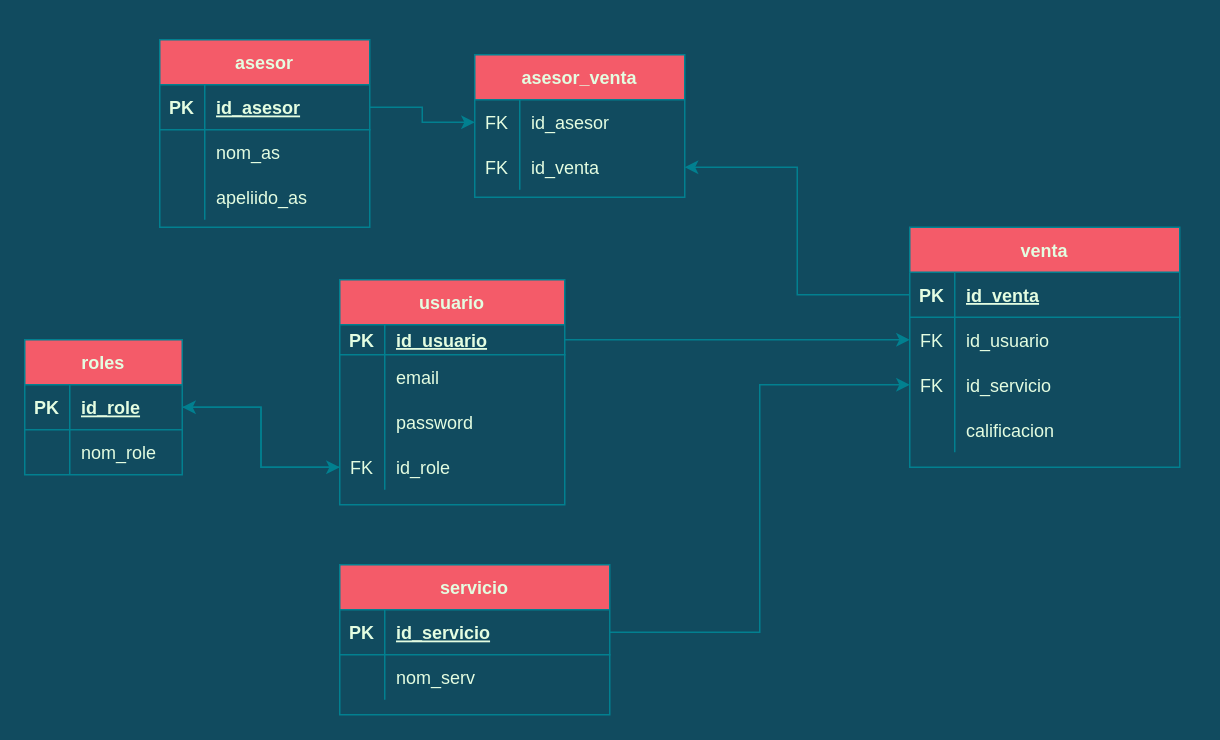
The draw.io diagram database/diseño_DB.drawio in Eric-Alarcon441/modulo-postventa, before the edit. Source tidied: cells renumbered, new cells numbered last; positions are measured from the earlier drawing's top-left corner, leaving out a move shared by most shapes. Both pictures are drawn from the tidied source at 150%, with x=0, y=0 at pixel (24, 39).
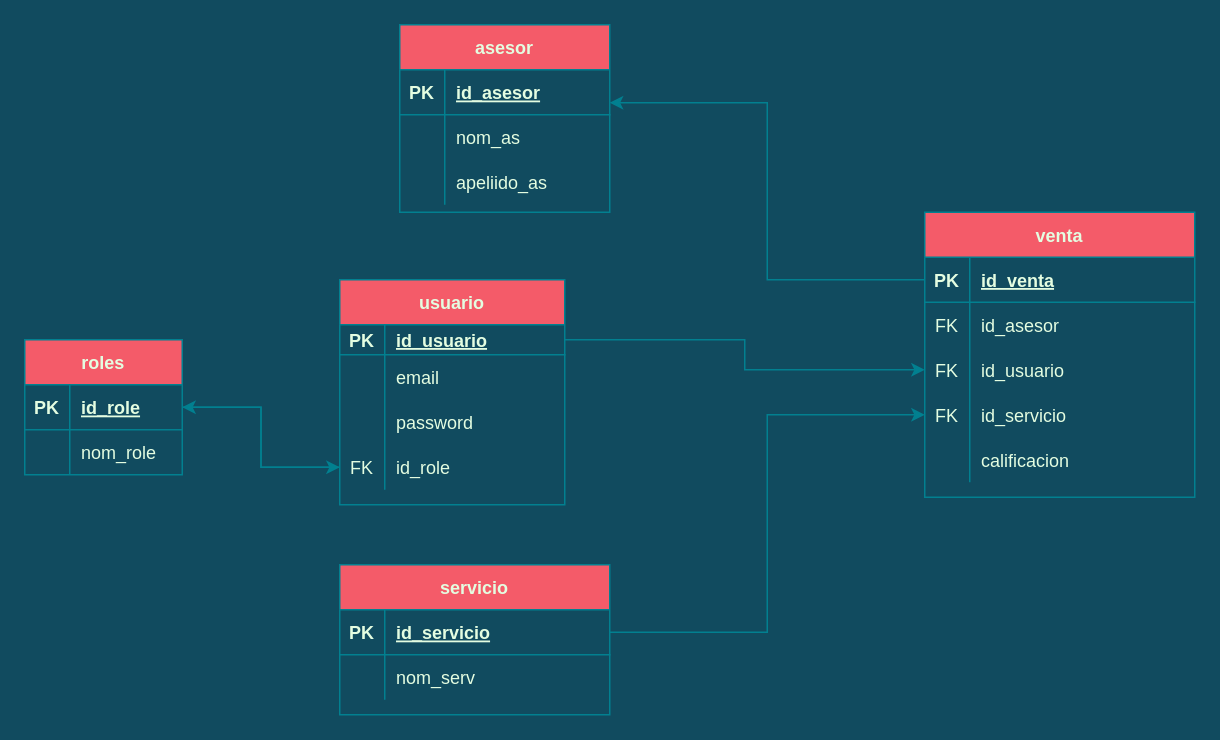
The same page after the edit.

Unchanged cells that the change refers to:
```xml
<mxCell id="16" style="shape=partialRectangle;fillColor=none;top=0;left=0;bottom=1;right=0;points=[[0,0.5],[1,0.5]];portConstraint=eastwest;strokeColor=#028090;fontColor=#E4FDE1;" parent="15" vertex="1">
  <mxGeometry y="30" width="140" height="30" as="geometry" />
</mxCell>
<mxCell id="40" style="shape=partialRectangle;fillColor=none;top=0;left=0;bottom=1;right=0;points=[[0,0.5],[1,0.5]];portConstraint=eastwest;strokeColor=#028090;fontColor=#E4FDE1;" parent="39" vertex="1">
  <mxGeometry y="30" width="180" height="30" as="geometry" />
</mxCell>
```

The edit, as a diff of the source:
```diff
@@
     <mxCell id="15" value="asesor" style="shape=table;startSize=30;childLayout=tableLayout;rowLines=0;fontStyle=1;align=center;fillColor=#F45B69;strokeColor=#028090;fontColor=#E4FDE1;" parent="1" vertex="1">
-      <mxGeometry x="90" width="140" height="125" as="geometry" />
+      <mxGeometry x="250" y="-10" width="140" height="125" as="geometry" />
     </mxCell>
@@
     <mxCell id="39" value="venta" style="shape=table;startSize=30;childLayout=tableLayout;rowLines=0;fontStyle=1;align=center;fillColor=#F45B69;strokeColor=#028090;fontColor=#E4FDE1;" parent="1" vertex="1">
-      <mxGeometry x="590" y="125" width="180" height="160" as="geometry" />
+      <mxGeometry x="600" y="115" width="180" height="190" as="geometry" />
     </mxCell>
@@
+    <mxCell id="65" style="shape=partialRectangle;fillColor=none;top=0;left=0;bottom=0;right=0;strokeColor=#028090;fontColor=#E4FDE1;" parent="39" vertex="1">
+      <mxGeometry y="60" width="180" height="30" as="geometry" />
+    </mxCell>
+    <mxCell id="66" value="FK" style="shape=partialRectangle;fillColor=none;top=0;left=0;bottom=0;right=0;overflow=hidden;strokeColor=#028090;fontColor=#E4FDE1;" parent="65" vertex="1">
+      <mxGeometry width="30" height="30" as="geometry" />
+    </mxCell>
+    <mxCell id="55" value="id_asesor" style="shape=partialRectangle;fillColor=none;top=0;left=0;bottom=0;right=0;align=left;spacingLeft=6;overflow=hidden;strokeColor=#028090;fontColor=#E4FDE1;" parent="65" vertex="1">
+      <mxGeometry x="30" width="150" height="30" as="geometry" />
+    </mxCell>
     <mxCell id="43" style="shape=partialRectangle;fillColor=none;top=0;left=0;bottom=0;right=0;points=[[0,0.5],[1,0.5]];portConstraint=eastwest;strokeColor=#028090;fontColor=#E4FDE1;" parent="39" vertex="1">
-      <mxGeometry y="60" width="180" height="30" as="geometry" />
+      <mxGeometry y="90" width="180" height="30" as="geometry" />
     </mxCell>
@@
     <mxCell id="46" style="shape=partialRectangle;fillColor=none;top=0;left=0;bottom=0;right=0;points=[[0,0.5],[1,0.5]];portConstraint=eastwest;strokeColor=#028090;fontColor=#E4FDE1;" parent="39" vertex="1">
-      <mxGeometry y="90" width="180" height="30" as="geometry" />
+      <mxGeometry y="120" width="180" height="30" as="geometry" />
     </mxCell>
@@
     <mxCell id="49" style="shape=partialRectangle;fillColor=none;top=0;left=0;bottom=0;right=0;strokeColor=#028090;fontColor=#E4FDE1;" parent="39" vertex="1">
-      <mxGeometry y="120" width="180" height="30" as="geometry" />
+      <mxGeometry y="150" width="180" height="30" as="geometry" />
     </mxCell>
@@
-    <mxCell id="52" value="asesor_venta" style="shape=table;startSize=30;childLayout=tableLayout;rowLines=0;fontStyle=1;align=center;fillColor=#F45B69;strokeColor=#028090;fontColor=#E4FDE1;" parent="1" vertex="1">
-      <mxGeometry x="300" y="10" width="140" height="95" as="geometry" />
-    </mxCell>
-    <mxCell id="53" style="shape=partialRectangle;fillColor=none;top=0;left=0;bottom=0;right=0;points=[[0,0.5],[1,0.5]];portConstraint=eastwest;strokeColor=#028090;fontColor=#E4FDE1;" parent="52" vertex="1">
-      <mxGeometry y="30" width="140" height="30" as="geometry" />
-    </mxCell>
-    <mxCell id="54" value="FK" style="shape=partialRectangle;fillColor=none;top=0;left=0;bottom=0;right=0;overflow=hidden;strokeColor=#028090;fontColor=#E4FDE1;" parent="53" vertex="1">
-      <mxGeometry width="30" height="30" as="geometry" />
-    </mxCell>
-    <mxCell id="55" value="id_asesor" style="shape=partialRectangle;fillColor=none;top=0;left=0;bottom=0;right=0;align=left;spacingLeft=6;overflow=hidden;strokeColor=#028090;fontColor=#E4FDE1;" parent="53" vertex="1">
-      <mxGeometry x="30" width="110" height="30" as="geometry" />
-    </mxCell>
-    <mxCell id="56" style="shape=partialRectangle;fillColor=none;top=0;left=0;bottom=0;right=0;points=[[0,0.5],[1,0.5]];portConstraint=eastwest;strokeColor=#028090;fontColor=#E4FDE1;" parent="52" vertex="1">
-      <mxGeometry y="60" width="140" height="30" as="geometry" />
-    </mxCell>
-    <mxCell id="57" value="FK" style="shape=partialRectangle;fillColor=none;top=0;left=0;bottom=0;right=0;overflow=hidden;strokeColor=#028090;fontColor=#E4FDE1;" parent="56" vertex="1">
-      <mxGeometry width="30" height="30" as="geometry" />
-    </mxCell>
-    <mxCell id="58" value="id_venta" style="shape=partialRectangle;fillColor=none;top=0;left=0;bottom=0;right=0;align=left;spacingLeft=6;overflow=hidden;strokeColor=#028090;fontColor=#E4FDE1;" parent="56" vertex="1">
-      <mxGeometry x="30" width="110" height="30" as="geometry" />
-    </mxCell>
@@
-    <mxCell id="61" style="edgeStyle=orthogonalEdgeStyle;rounded=0;jettySize=auto;html=1;exitX=1;exitY=0.5;exitDx=0;exitDy=0;entryX=0;entryY=0.5;entryDx=0;entryDy=0;strokeColor=#028090;fontColor=#E4FDE1;labelBackgroundColor=#114B5F;" parent="1" edge="1" source="16" target="53">
-      <mxGeometry relative="1" as="geometry" />
-    </mxCell>
-    <mxCell id="62" style="edgeStyle=orthogonalEdgeStyle;rounded=0;jettySize=auto;html=1;exitX=0;exitY=0.5;exitDx=0;exitDy=0;entryX=1;entryY=0.5;entryDx=0;entryDy=0;strokeColor=#028090;fontColor=#E4FDE1;labelBackgroundColor=#114B5F;" parent="1" edge="1" source="40" target="56">
+    <mxCell id="62" style="edgeStyle=orthogonalEdgeStyle;rounded=0;jettySize=auto;html=1;exitX=0;exitY=0.5;exitDx=0;exitDy=0;entryX=1;entryY=0.733;entryDx=0;entryDy=0;strokeColor=#028090;fontColor=#E4FDE1;labelBackgroundColor=#114B5F;entryPerimeter=0;" parent="1" edge="1" source="40" target="16">
       <mxGeometry relative="1" as="geometry" />
     </mxCell>
```
